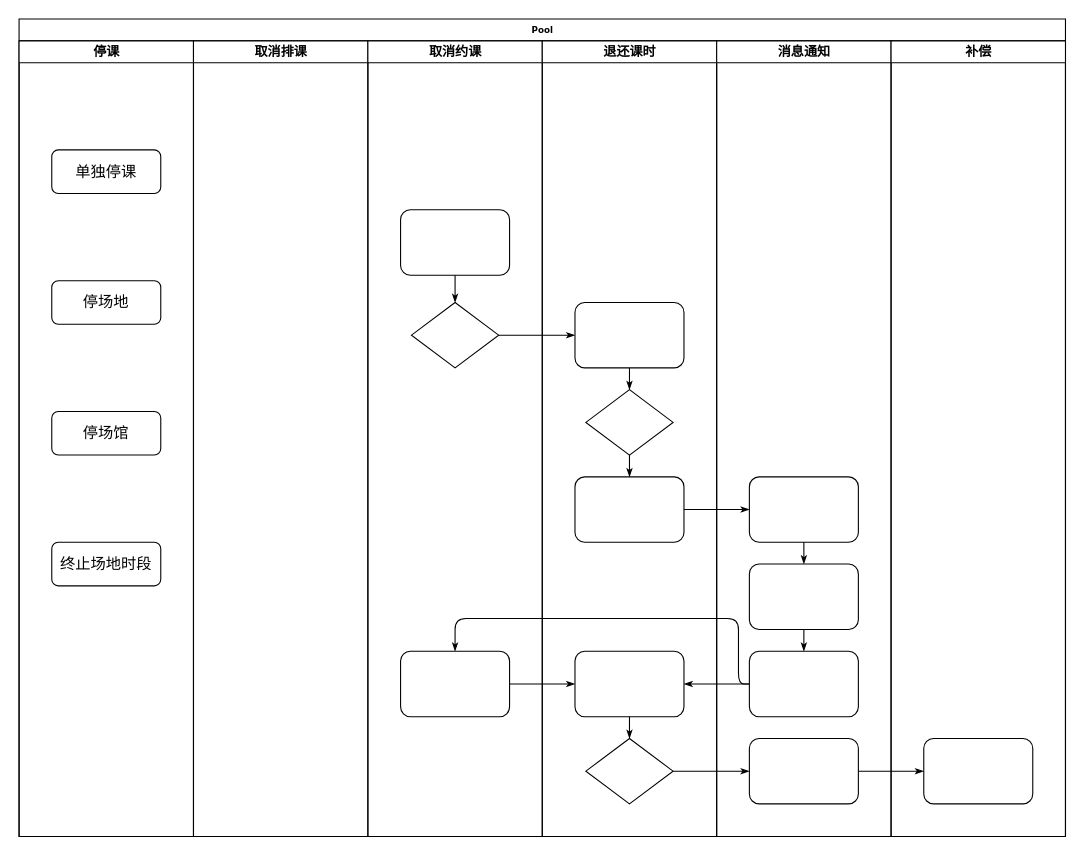
Above: 场馆停课.drawio in akun87/activity (draw.io), before the change. Source tidied: cells renumbered, new cells numbered last; positions are measured from the earlier drawing's top-left corner, leaving out a move shared by most shapes. Both pictures are drawn from the tidied source at 109%, with x=0, y=0 at pixel (19, 19).
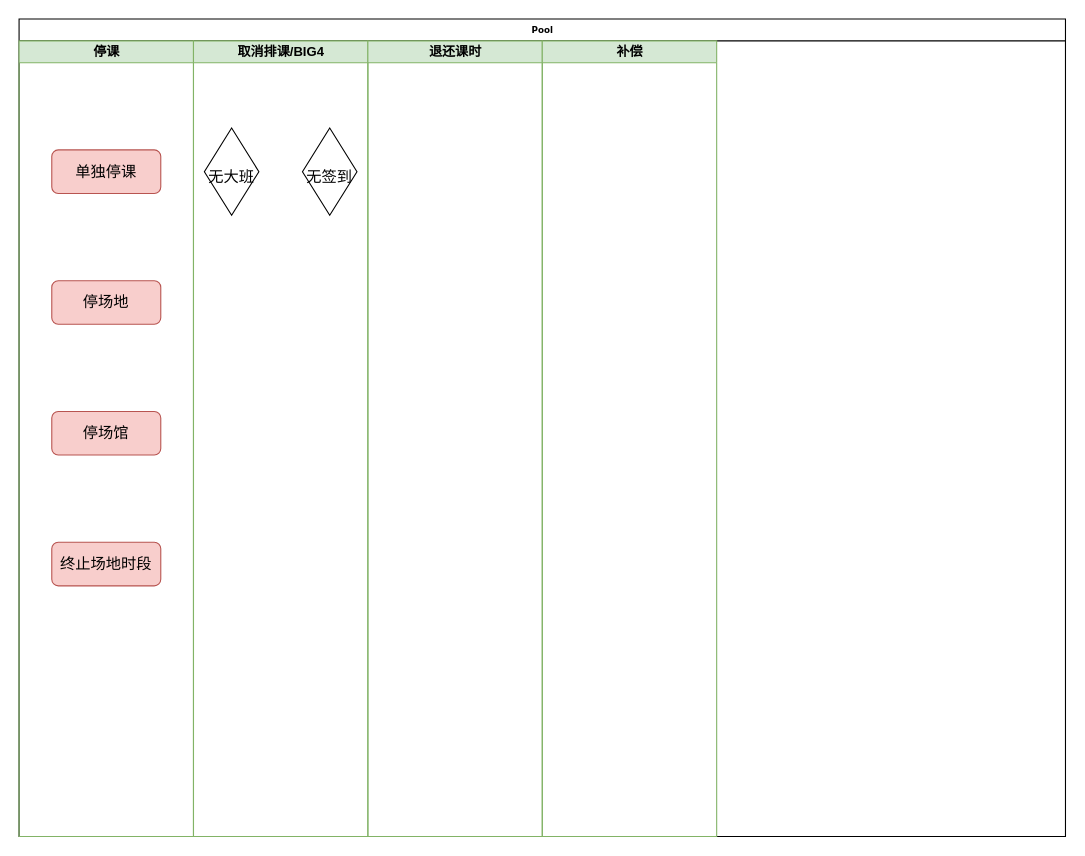
The same diagram, later.

Commit message (it also covers changes not shown here):
更新场馆停课.drawio

Unchanged cells that the change refers to:
```xml
<mxCell id="2" value="Pool" style="swimlane;html=1;startSize=20;rounded=0;shadow=0;labelBackgroundColor=none;strokeWidth=1;fontFamily=Verdana;fontSize=8;align=center;" parent="1" vertex="1">
  <mxGeometry width="960" height="750" as="geometry" />
</mxCell>
```

What changed in the source:
```diff
@@
-    <mxCell id="3" value="停课" style="swimlane;html=1;startSize=20;" parent="2" vertex="1">
+    <mxCell id="3" value="停课" style="swimlane;html=1;startSize=20;fillColor=#d5e8d4;strokeColor=#82b366;" parent="2" vertex="1">
       <mxGeometry y="20" width="160" height="730" as="geometry" />
     </mxCell>
-    <mxCell id="4" value="&lt;font style=&quot;font-size: 14px&quot;&gt;单独停课&lt;/font&gt;" style="rounded=1;whiteSpace=wrap;html=1;shadow=0;labelBackgroundColor=none;strokeWidth=1;fontFamily=Verdana;fontSize=8;align=center;" parent="3" vertex="1">
+    <mxCell id="4" value="&lt;font style=&quot;font-size: 14px&quot;&gt;单独停课&lt;/font&gt;" style="rounded=1;whiteSpace=wrap;html=1;shadow=0;labelBackgroundColor=none;strokeWidth=1;fontFamily=Verdana;fontSize=8;align=center;fillColor=#f8cecc;strokeColor=#b85450;" parent="3" vertex="1">
       <mxGeometry x="30" y="100" width="100" height="40" as="geometry" />
     </mxCell>
-    <mxCell id="5" value="&lt;font style=&quot;font-size: 14px&quot;&gt;停场地&lt;/font&gt;" style="rounded=1;whiteSpace=wrap;html=1;shadow=0;labelBackgroundColor=none;strokeWidth=1;fontFamily=Verdana;fontSize=8;align=center;" parent="3" vertex="1">
+    <mxCell id="5" value="&lt;font style=&quot;font-size: 14px&quot;&gt;停场地&lt;/font&gt;" style="rounded=1;whiteSpace=wrap;html=1;shadow=0;labelBackgroundColor=none;strokeWidth=1;fontFamily=Verdana;fontSize=8;align=center;fillColor=#f8cecc;strokeColor=#b85450;" parent="3" vertex="1">
       <mxGeometry x="30" y="220" width="100" height="40" as="geometry" />
     </mxCell>
-    <mxCell id="6" value="&lt;font style=&quot;font-size: 14px&quot;&gt;停场馆&lt;/font&gt;" style="rounded=1;whiteSpace=wrap;html=1;shadow=0;labelBackgroundColor=none;strokeWidth=1;fontFamily=Verdana;fontSize=8;align=center;" parent="3" vertex="1">
+    <mxCell id="6" value="&lt;font style=&quot;font-size: 14px&quot;&gt;停场馆&lt;/font&gt;" style="rounded=1;whiteSpace=wrap;html=1;shadow=0;labelBackgroundColor=none;strokeWidth=1;fontFamily=Verdana;fontSize=8;align=center;fillColor=#f8cecc;strokeColor=#b85450;" parent="3" vertex="1">
       <mxGeometry x="30" y="340" width="100" height="40" as="geometry" />
     </mxCell>
-    <mxCell id="7" value="&lt;font style=&quot;font-size: 14px&quot;&gt;终止场地时段&lt;/font&gt;" style="rounded=1;whiteSpace=wrap;html=1;shadow=0;labelBackgroundColor=none;strokeWidth=1;fontFamily=Verdana;fontSize=8;align=center;" parent="3" vertex="1">
+    <mxCell id="7" value="&lt;font style=&quot;font-size: 14px&quot;&gt;终止场地时段&lt;/font&gt;" style="rounded=1;whiteSpace=wrap;html=1;shadow=0;labelBackgroundColor=none;strokeWidth=1;fontFamily=Verdana;fontSize=8;align=center;fillColor=#f8cecc;strokeColor=#b85450;" parent="3" vertex="1">
       <mxGeometry x="30" y="460" width="100" height="40" as="geometry" />
     </mxCell>
-    <mxCell id="8" style="edgeStyle=orthogonalEdgeStyle;rounded=1;html=1;labelBackgroundColor=none;startArrow=none;startFill=0;startSize=5;endArrow=classicThin;endFill=1;endSize=5;jettySize=auto;strokeWidth=1;fontFamily=Verdana;fontSize=8;" parent="2" edge="1" source="18" target="22">
-      <mxGeometry relative="1" as="geometry" />
-    </mxCell>
-    <mxCell id="9" style="edgeStyle=orthogonalEdgeStyle;rounded=1;html=1;labelBackgroundColor=none;startArrow=none;startFill=0;startSize=5;endArrow=classicThin;endFill=1;endSize=5;jettySize=auto;strokeWidth=1;fontFamily=Verdana;fontSize=8;" parent="2" edge="1" source="26" target="34">
-      <mxGeometry relative="1" as="geometry" />
-    </mxCell>
-    <mxCell id="10" style="edgeStyle=orthogonalEdgeStyle;rounded=1;html=1;labelBackgroundColor=none;startArrow=none;startFill=0;startSize=5;endArrow=classicThin;endFill=1;endSize=5;jettySize=auto;strokeWidth=1;fontFamily=Verdana;fontSize=8;" parent="2" edge="1" source="34" target="38">
-      <mxGeometry relative="1" as="geometry" />
-    </mxCell>
-    <mxCell id="11" style="edgeStyle=orthogonalEdgeStyle;rounded=1;html=1;labelBackgroundColor=none;startArrow=none;startFill=0;startSize=5;endArrow=classicThin;endFill=1;endSize=5;jettySize=auto;strokeWidth=1;fontFamily=Verdana;fontSize=8;" parent="2" edge="1" source="24" target="31">
-      <mxGeometry relative="1" as="geometry" />
-    </mxCell>
-    <mxCell id="12" style="edgeStyle=orthogonalEdgeStyle;rounded=1;html=1;labelBackgroundColor=none;startArrow=none;startFill=0;startSize=5;endArrow=classicThin;endFill=1;endSize=5;jettySize=auto;strokeWidth=1;fontFamily=Verdana;fontSize=8;" parent="2" edge="1" source="33" target="19">
-      <mxGeometry relative="1" as="geometry">
-        <Array as="points">
-          <mxPoint x="660" y="610" />
-          <mxPoint x="660" y="550" />
-          <mxPoint x="400" y="550" />
-        </Array>
-      </mxGeometry>
-    </mxCell>
-    <mxCell id="13" style="edgeStyle=orthogonalEdgeStyle;rounded=1;html=1;labelBackgroundColor=none;startArrow=none;startFill=0;startSize=5;endArrow=classicThin;endFill=1;endSize=5;jettySize=auto;strokeColor=#000000;strokeWidth=1;fontFamily=Verdana;fontSize=8;fontColor=#000000;" parent="2" edge="1" source="33" target="25">
-      <mxGeometry relative="1" as="geometry" />
-    </mxCell>
-    <mxCell id="14" style="edgeStyle=orthogonalEdgeStyle;rounded=1;html=1;labelBackgroundColor=none;startArrow=none;startFill=0;startSize=5;endArrow=classicThin;endFill=1;endSize=5;jettySize=auto;strokeWidth=1;fontFamily=Verdana;fontSize=8;" parent="2" edge="1" source="19" target="25">
-      <mxGeometry relative="1" as="geometry" />
-    </mxCell>
-    <mxCell id="15" value="取消排课" style="swimlane;html=1;startSize=20;" parent="2" vertex="1">
+    <mxCell id="15" value="取消排课/BIG4" style="swimlane;html=1;startSize=20;fillColor=#d5e8d4;strokeColor=#82b366;" parent="2" vertex="1">
       <mxGeometry x="160" y="20" width="160" height="730" as="geometry" />
     </mxCell>
-    <mxCell id="16" value="取消约课" style="swimlane;html=1;startSize=20;" parent="2" vertex="1">
-      <mxGeometry x="320" y="20" width="160" height="730" as="geometry" />
-    </mxCell>
-    <mxCell id="17" style="rounded=1;whiteSpace=wrap;html=1;shadow=0;labelBackgroundColor=none;strokeWidth=1;fontFamily=Verdana;fontSize=8;align=center;" parent="16" vertex="1">
-      <mxGeometry x="30" y="155" width="100" height="60" as="geometry" />
-    </mxCell>
-    <mxCell id="18" style="rhombus;whiteSpace=wrap;html=1;rounded=0;shadow=0;labelBackgroundColor=none;strokeWidth=1;fontFamily=Verdana;fontSize=8;align=center;" parent="16" vertex="1">
-      <mxGeometry x="40" y="240" width="80" height="60" as="geometry" />
-    </mxCell>
-    <mxCell id="19" style="rounded=1;whiteSpace=wrap;html=1;shadow=0;labelBackgroundColor=none;strokeWidth=1;fontFamily=Verdana;fontSize=8;align=center;" parent="16" vertex="1">
-      <mxGeometry x="30" y="560" width="100" height="60" as="geometry" />
-    </mxCell>
-    <mxCell id="20" style="edgeStyle=orthogonalEdgeStyle;rounded=1;html=1;labelBackgroundColor=none;startArrow=none;startFill=0;startSize=5;endArrow=classicThin;endFill=1;endSize=5;jettySize=auto;strokeWidth=1;fontFamily=Verdana;fontSize=8;" parent="16" edge="1" source="17" target="18">
-      <mxGeometry relative="1" as="geometry" />
-    </mxCell>
+    <mxCell id="23" value="&lt;br&gt;&lt;font style=&quot;font-size: 14px&quot;&gt;无大班&lt;/font&gt;" style="rhombus;whiteSpace=wrap;html=1;rounded=0;shadow=0;labelBackgroundColor=none;strokeWidth=1;fontFamily=Verdana;fontSize=8;align=center;" parent="15" vertex="1">
+      <mxGeometry x="10" y="80" width="50" height="80" as="geometry" />
+    </mxCell>
+    <mxCell id="39" value="&lt;br&gt;&lt;font style=&quot;font-size: 14px&quot;&gt;无签到&lt;/font&gt;" style="rhombus;whiteSpace=wrap;html=1;rounded=0;shadow=0;labelBackgroundColor=none;strokeWidth=1;fontFamily=Verdana;fontSize=8;align=center;" parent="15" vertex="1">
+      <mxGeometry x="100" y="80" width="50" height="80" as="geometry" />
+    </mxCell>
-    <mxCell id="21" value="退还课时" style="swimlane;html=1;startSize=20;" parent="2" vertex="1">
-      <mxGeometry x="480" y="20" width="160" height="730" as="geometry" />
+    <mxCell id="21" value="退还课时" style="swimlane;html=1;startSize=20;fillColor=#d5e8d4;strokeColor=#82b366;" parent="2" vertex="1">
+      <mxGeometry x="320" y="20" width="160" height="730" as="geometry" />
     </mxCell>
-    <mxCell id="22" style="rounded=1;whiteSpace=wrap;html=1;shadow=0;labelBackgroundColor=none;strokeWidth=1;fontFamily=Verdana;fontSize=8;align=center;" parent="21" vertex="1">
-      <mxGeometry x="30" y="240" width="100" height="60" as="geometry" />
-    </mxCell>
-    <mxCell id="23" style="rhombus;whiteSpace=wrap;html=1;rounded=0;shadow=0;labelBackgroundColor=none;strokeWidth=1;fontFamily=Verdana;fontSize=8;align=center;" parent="21" vertex="1">
-      <mxGeometry x="40" y="320" width="80" height="60" as="geometry" />
-    </mxCell>
-    <mxCell id="24" style="rounded=1;whiteSpace=wrap;html=1;shadow=0;labelBackgroundColor=none;strokeWidth=1;fontFamily=Verdana;fontSize=8;align=center;" parent="21" vertex="1">
-      <mxGeometry x="30" y="400" width="100" height="60" as="geometry" />
-    </mxCell>
-    <mxCell id="25" style="rounded=1;whiteSpace=wrap;html=1;shadow=0;labelBackgroundColor=none;strokeWidth=1;fontFamily=Verdana;fontSize=8;align=center;" parent="21" vertex="1">
-      <mxGeometry x="30" y="560" width="100" height="60" as="geometry" />
-    </mxCell>
-    <mxCell id="26" style="rhombus;whiteSpace=wrap;html=1;rounded=0;shadow=0;labelBackgroundColor=none;strokeWidth=1;fontFamily=Verdana;fontSize=8;align=center;" parent="21" vertex="1">
-      <mxGeometry x="40" y="640" width="80" height="60" as="geometry" />
-    </mxCell>
-    <mxCell id="27" style="edgeStyle=orthogonalEdgeStyle;rounded=1;html=1;labelBackgroundColor=none;startArrow=none;startFill=0;startSize=5;endArrow=classicThin;endFill=1;endSize=5;jettySize=auto;strokeColor=#000000;strokeWidth=1;fontFamily=Verdana;fontSize=8;fontColor=#000000;" parent="21" edge="1" source="22" target="23">
-      <mxGeometry relative="1" as="geometry" />
-    </mxCell>
-    <mxCell id="28" style="edgeStyle=orthogonalEdgeStyle;rounded=1;html=1;labelBackgroundColor=none;startArrow=none;startFill=0;startSize=5;endArrow=classicThin;endFill=1;endSize=5;jettySize=auto;strokeWidth=1;fontFamily=Verdana;fontSize=8;" parent="21" edge="1" source="23" target="24">
-      <mxGeometry relative="1" as="geometry" />
-    </mxCell>
-    <mxCell id="29" style="edgeStyle=orthogonalEdgeStyle;rounded=1;html=1;labelBackgroundColor=none;startArrow=none;startFill=0;startSize=5;endArrow=classicThin;endFill=1;endSize=5;jettySize=auto;strokeWidth=1;fontFamily=Verdana;fontSize=8;" parent="21" edge="1" source="25" target="26">
-      <mxGeometry relative="1" as="geometry" />
-    </mxCell>
-    <mxCell id="30" value="消息通知" style="swimlane;html=1;startSize=20;" parent="2" vertex="1">
-      <mxGeometry x="640" y="20" width="160" height="730" as="geometry" />
-    </mxCell>
-    <mxCell id="31" style="rounded=1;whiteSpace=wrap;html=1;shadow=0;labelBackgroundColor=none;strokeWidth=1;fontFamily=Verdana;fontSize=8;align=center;" parent="30" vertex="1">
-      <mxGeometry x="30" y="400" width="100" height="60" as="geometry" />
-    </mxCell>
-    <mxCell id="32" style="rounded=1;whiteSpace=wrap;html=1;shadow=0;labelBackgroundColor=none;strokeWidth=1;fontFamily=Verdana;fontSize=8;align=center;" parent="30" vertex="1">
-      <mxGeometry x="30" y="480" width="100" height="60" as="geometry" />
-    </mxCell>
-    <mxCell id="33" style="rounded=1;whiteSpace=wrap;html=1;shadow=0;labelBackgroundColor=none;strokeWidth=1;fontFamily=Verdana;fontSize=8;align=center;" parent="30" vertex="1">
-      <mxGeometry x="30" y="560" width="100" height="60" as="geometry" />
-    </mxCell>
-    <mxCell id="34" style="rounded=1;whiteSpace=wrap;html=1;shadow=0;labelBackgroundColor=none;strokeWidth=1;fontFamily=Verdana;fontSize=8;align=center;" parent="30" vertex="1">
-      <mxGeometry x="30" y="640" width="100" height="60" as="geometry" />
-    </mxCell>
-    <mxCell id="35" style="edgeStyle=orthogonalEdgeStyle;rounded=1;html=1;labelBackgroundColor=none;startArrow=none;startFill=0;startSize=5;endArrow=classicThin;endFill=1;endSize=5;jettySize=auto;strokeWidth=1;fontFamily=Verdana;fontSize=8;" parent="30" edge="1" source="31" target="32">
-      <mxGeometry relative="1" as="geometry" />
-    </mxCell>
-    <mxCell id="36" style="edgeStyle=orthogonalEdgeStyle;rounded=1;html=1;labelBackgroundColor=none;startArrow=none;startFill=0;startSize=5;endArrow=classicThin;endFill=1;endSize=5;jettySize=auto;strokeWidth=1;fontFamily=Verdana;fontSize=8;" parent="30" edge="1" source="32" target="33">
-      <mxGeometry relative="1" as="geometry" />
-    </mxCell>
-    <mxCell id="37" value="补偿" style="swimlane;html=1;startSize=20;" parent="2" vertex="1">
-      <mxGeometry x="800" y="20" width="160" height="730" as="geometry" />
+    <mxCell id="37" value="补偿" style="swimlane;html=1;startSize=20;fillColor=#d5e8d4;strokeColor=#82b366;" parent="2" vertex="1">
+      <mxGeometry x="480" y="20" width="160" height="730" as="geometry" />
     </mxCell>
-    <mxCell id="38" style="rounded=1;whiteSpace=wrap;html=1;shadow=0;labelBackgroundColor=none;strokeWidth=1;fontFamily=Verdana;fontSize=8;align=center;" parent="37" vertex="1">
-      <mxGeometry x="30" y="640" width="100" height="60" as="geometry" />
-    </mxCell>
```
